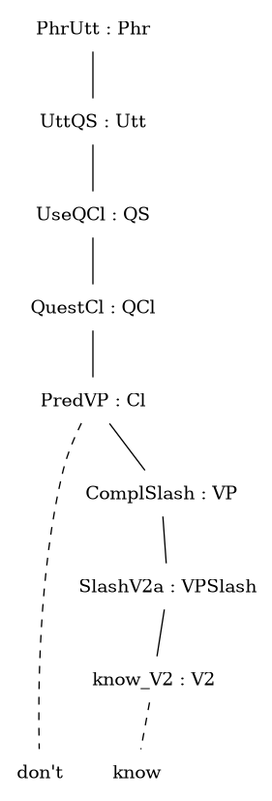
This is src/_grphp_4.png from msyds/gf-rgl, a Graphviz export, as it was before one commit. Its source is kept beside it as src/_grphp_4.dot.
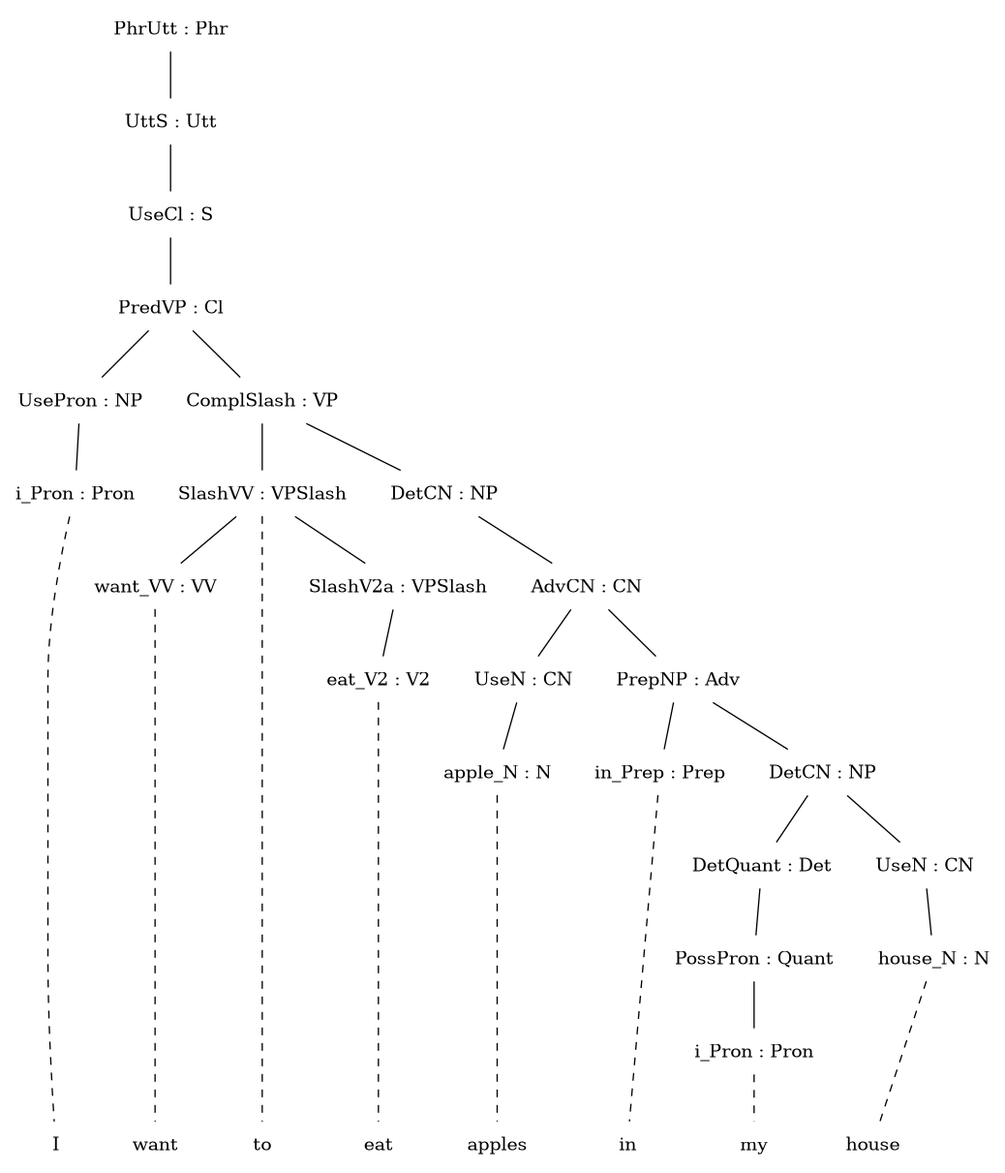
Later version of the same file.

Change to the diagram source:
```diff
@@ -1,52 +1,120 @@
 graph {
 edge[style="solid"]; node[shape="plaintext"];
 subgraph {rank=same;
-  n21[label="PhrUtt : Phr"];
+  n32[label="PhrUtt : Phr"];
 }
 
 subgraph {rank=same;
-  n19[label="UttQS : Utt"];
+  n30[label="UttS : Utt"];
 }
-n21 -- n19;
+n32 -- n30;
 
 subgraph {rank=same;
-  n18[label="UseQCl : QS"];
+  n29[label="UseCl : S"];
 }
-n19 -- n18;
+n30 -- n29;
 
 subgraph {rank=same;
-  n17[label="QuestCl : QCl"];
+  n28[label="PredVP : Cl"];
+}
+n29 -- n28;
+
+subgraph {rank=same;
+  n6[label="UsePron : NP"];
+  n27[label="ComplSlash : VP"];
+  edge[style="invis"];
+  n6  --  n27 ;
+}
+n28 -- n6;
+n28 -- n27;
+
+subgraph {rank=same;
+  n5[label="i_Pron : Pron"];
+  n10[label="SlashVV : VPSlash"];
+  n26[label="DetCN : NP"];
+  edge[style="invis"];
+  n5  --  n10  --  n26 ;
+}
+n6 -- n5;
+n27 -- n10;
+n27 -- n26;
+
+subgraph {rank=same;
+  n7[label="want_VV : VV"];
+  n9[label="SlashV2a : VPSlash"];
+  n25[label="AdvCN : CN"];
+  edge[style="invis"];
+  n7  --  n9  --  n25 ;
+}
+n10 -- n7;
+n10 -- n9;
+n26 -- n25;
+
+subgraph {rank=same;
+  n8[label="eat_V2 : V2"];
+  n15[label="UseN : CN"];
+  n24[label="PrepNP : Adv"];
+  edge[style="invis"];
+  n8  --  n15  --  n24 ;
+}
+n9 -- n8;
+n25 -- n15;
+n25 -- n24;
+
+subgraph {rank=same;
+  n14[label="apple_N : N"];
+  n16[label="in_Prep : Prep"];
+  n23[label="DetCN : NP"];
+  edge[style="invis"];
+  n14  --  n16  --  n23 ;
+}
+n15 -- n14;
+n24 -- n16;
+n24 -- n23;
+
+subgraph {rank=same;
+  n20[label="DetQuant : Det"];
+  n22[label="UseN : CN"];
+  edge[style="invis"];
+  n20  --  n22 ;
+}
+n23 -- n20;
+n23 -- n22;
+
+subgraph {rank=same;
+  n18[label="PossPron : Quant"];
+  n21[label="house_N : N"];
+  edge[style="invis"];
+  n18  --  n21 ;
+}
+n20 -- n18;
+n22 -- n21;
+
+subgraph {rank=same;
+  n17[label="i_Pron : Pron"];
 }
 n18 -- n17;
 
-subgraph {rank=same;
-  n16[label="PredVP : Cl"];
-}
-n17 -- n16;
-
-subgraph {rank=same;
-  n15[label="ComplSlash : VP"];
-}
-n16 -- n15;
-
-subgraph {rank=same;
-  n10[label="SlashV2a : VPSlash"];
-}
-n15 -- n10;
-
-subgraph {rank=same;
-  n9[label="know_V2 : V2"];
-}
-n10 -- n9;
-
 edge[style="dashed"]; node[shape="plaintext"];
 subgraph {rank=same;
-  n100000[label="don't"];
-  n100001[label="know"];
+  n100000[label="I"];
+  n100001[label="want"];
+  n100002[label="to"];
+  n100003[label="eat"];
+  n100004[label="apples"];
+  n100005[label="in"];
+  n100006[label="my"];
+  n100007[label="house"];
   edge[style="invis"];
-  n100000  --  n100001 ;
+  n100000  --  n100001  --  n100002  --  n100003  --  n100004  --  n100005  --  n100006  --  n100007 ;
 }
-n16 -- n100000;
-n9 -- n100001;
+n5 -- n100000;
+n7 -- n100001;
+n10 -- n100002;
+n8 -- n100003;
+n14 -- n100004;
+n16 -- n100005;
+n17 -- n100006;
+n21 -- n100007;
 
 }
```
